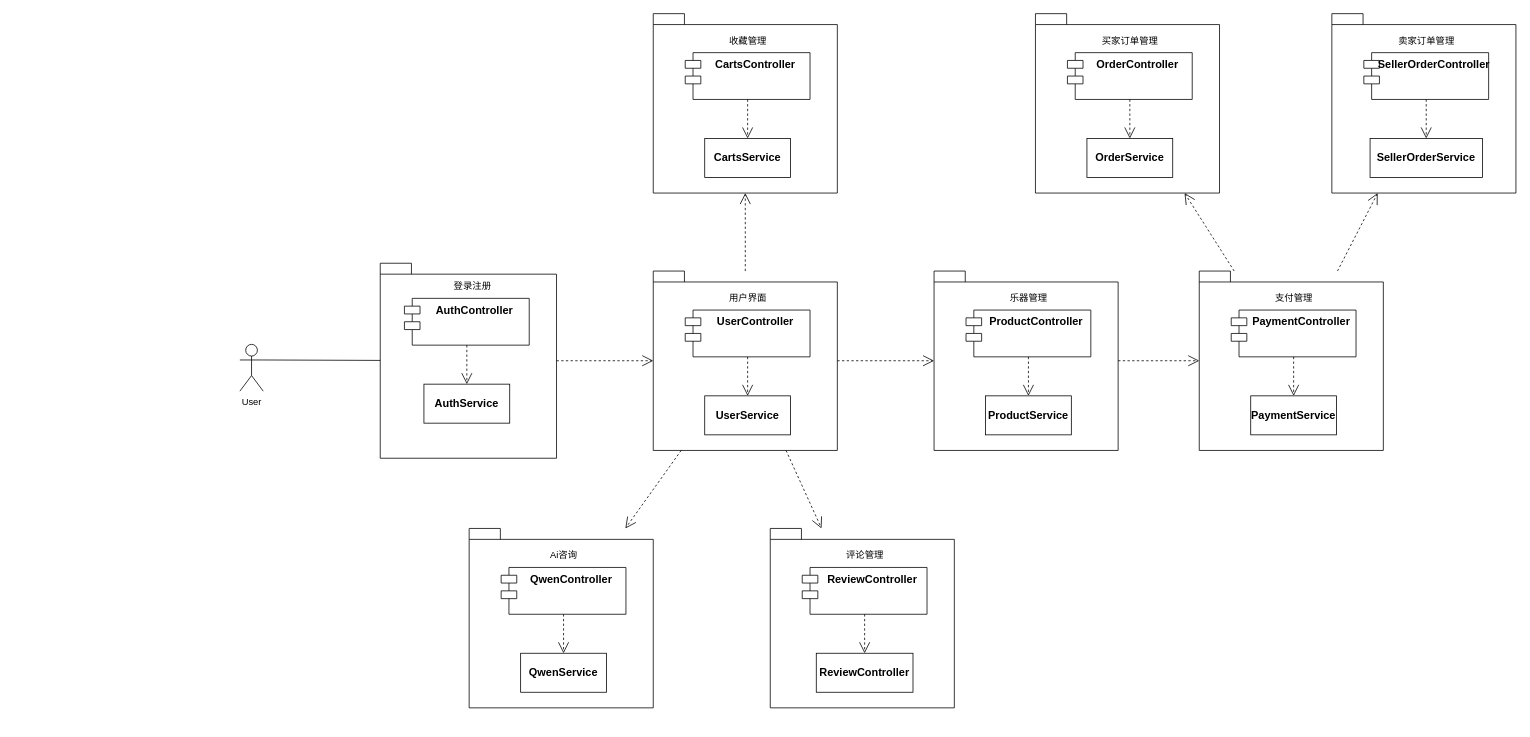
Before: 文档/概要设计规约文档/软件架构设计图.drawio in w1ntercube/TJ-SE-Design, a draw.io diagram. Source tidied: cells renumbered, new cells numbered last; positions are measured from the earlier drawing's top-left corner, leaving out a move shared by most shapes. Both pictures are drawn from the tidied source at 78%, with x=0, y=0 at pixel (239, 13).
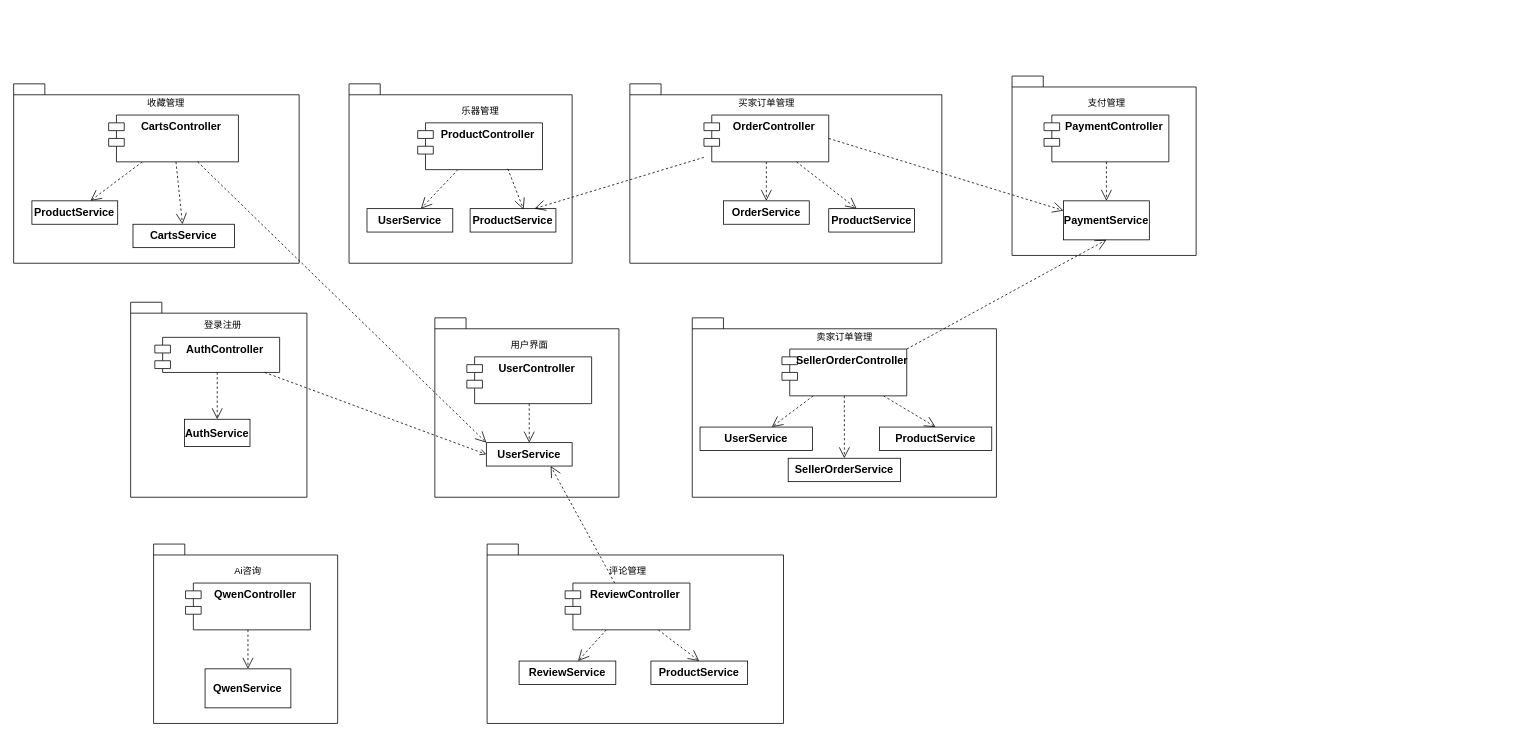
The same page after the edit.

Commit message (it also covers changes not shown here):
代码微调和架构图

The change refers to these unchanged cells:
```xml
<mxCell id="4" style="shape=folder;fontStyle=1;spacingTop=10;tabWidth=40;tabHeight=14;tabPosition=left;html=1;whiteSpace=wrap;" parent="3" vertex="1">
  <mxGeometry width="236" height="230" as="geometry" />
</mxCell>
<mxCell id="10" style="shape=folder;fontStyle=1;spacingTop=10;tabWidth=40;tabHeight=14;tabPosition=left;html=1;whiteSpace=wrap;" parent="9" vertex="1">
  <mxGeometry width="226" height="250" as="geometry" />
</mxCell>
<mxCell id="28" style="shape=folder;fontStyle=1;spacingTop=10;tabWidth=40;tabHeight=14;tabPosition=left;html=1;whiteSpace=wrap;" parent="27" vertex="1">
  <mxGeometry width="236" height="230" as="geometry" />
</mxCell>
<mxCell id="32" value="&lt;font style=&quot;font-size: 14px;&quot;&gt;&lt;b&gt;PaymentService&lt;/b&gt;&lt;/font&gt;" style="html=1;whiteSpace=wrap;" parent="27" vertex="1">
  <mxGeometry x="66" y="160" width="110" height="50" as="geometry" />
</mxCell>
<mxCell id="40" style="shape=folder;fontStyle=1;spacingTop=10;tabWidth=40;tabHeight=14;tabPosition=left;html=1;whiteSpace=wrap;" parent="39" vertex="1">
  <mxGeometry width="236" height="230" as="geometry" />
</mxCell>
```

What changed in the source:
```diff
@@
-    <mxCell id="2" value="User" style="shape=umlActor;verticalLabelPosition=bottom;verticalAlign=top;html=1;" parent="1" vertex="1">
-      <mxGeometry y="424" width="30" height="60" as="geometry" />
-    </mxCell>
     <mxCell id="3" style="group;" parent="1" vertex="1">
-      <mxGeometry x="530" y="330" width="236" height="230" as="geometry" />
+      <mxGeometry x="250" y="390" width="236" height="230" as="geometry" />
     </mxCell>
@@
     <mxCell id="8" value="&lt;font style=&quot;font-size: 14px;&quot;&gt;&lt;b&gt;UserService&lt;/b&gt;&lt;/font&gt;" style="html=1;whiteSpace=wrap;" parent="3" vertex="1">
-      <mxGeometry x="66" y="160" width="110" height="50" as="geometry" />
+      <mxGeometry x="66" y="160" width="110" height="30" as="geometry" />
     </mxCell>
     <mxCell id="9" style="group;" parent="1" vertex="1">
-      <mxGeometry x="180" y="320" width="226" height="250" as="geometry" />
+      <mxGeometry x="-140" y="370" width="226" height="250" as="geometry" />
     </mxCell>
@@
     <mxCell id="11" value="&lt;font style=&quot;font-size: 14px;&quot;&gt;&lt;b&gt;AuthController&lt;/b&gt;&lt;/font&gt;" style="shape=module;align=left;spacingLeft=20;align=center;verticalAlign=top;whiteSpace=wrap;html=1;" parent="9" vertex="1">
-      <mxGeometry x="31" y="45" width="160" height="60" as="geometry" />
+      <mxGeometry x="31" y="45" width="160" height="45" as="geometry" />
     </mxCell>
@@
     <mxCell id="14" value="&lt;font style=&quot;font-size: 14px;&quot;&gt;&lt;b&gt;AuthService&lt;/b&gt;&lt;/font&gt;" style="html=1;whiteSpace=wrap;" parent="9" vertex="1">
-      <mxGeometry x="56" y="155" width="110" height="50" as="geometry" />
+      <mxGeometry x="69" y="150" width="84" height="35" as="geometry" />
     </mxCell>
     <mxCell id="15" style="group;" parent="1" vertex="1">
-      <mxGeometry x="530" width="236" height="230" as="geometry" />
+      <mxGeometry x="-290" y="90" width="366" height="230" as="geometry" />
     </mxCell>
     <mxCell id="16" style="shape=folder;fontStyle=1;spacingTop=10;tabWidth=40;tabHeight=14;tabPosition=left;html=1;whiteSpace=wrap;" parent="15" vertex="1">
-      <mxGeometry width="236" height="230" as="geometry" />
+      <mxGeometry width="366" height="230" as="geometry" />
     </mxCell>
+    <mxCell id="66" style="rounded=0;jettySize=auto;html=1;dashed=1;endSize=12;endArrow=open;endFill=0;" parent="15" edge="1" source="17" target="67">
+      <mxGeometry relative="1" as="geometry" />
+    </mxCell>
     <mxCell id="17" value="&lt;font style=&quot;font-size: 14px;&quot;&gt;&lt;b&gt;CartsController&lt;/b&gt;&lt;/font&gt;" style="shape=module;align=left;spacingLeft=20;align=center;verticalAlign=top;whiteSpace=wrap;html=1;" parent="15" vertex="1">
-      <mxGeometry x="41" y="50" width="160" height="60" as="geometry" />
+      <mxGeometry x="121.8" y="40" width="166.4" height="60" as="geometry" />
     </mxCell>
     <mxCell id="18" value="收藏管理" style="text;html=1;align=center;verticalAlign=middle;strokeColor=none;fillColor=none;" parent="15" vertex="1">
-      <mxGeometry x="86" y="20" width="70" height="30" as="geometry" />
+      <mxGeometry x="160" y="10" width="70" height="30" as="geometry" />
     </mxCell>
@@
     <mxCell id="20" value="&lt;font style=&quot;font-size: 14px;&quot;&gt;&lt;b&gt;CartsService&lt;/b&gt;&lt;/font&gt;" style="html=1;whiteSpace=wrap;" parent="15" vertex="1">
-      <mxGeometry x="66" y="160" width="110" height="50" as="geometry" />
+      <mxGeometry x="153" y="180" width="130" height="30" as="geometry" />
     </mxCell>
+    <mxCell id="67" value="&lt;font style=&quot;font-size: 14px;&quot;&gt;&lt;b&gt;ProductService&lt;/b&gt;&lt;/font&gt;" style="html=1;whiteSpace=wrap;" parent="15" vertex="1">
+      <mxGeometry x="23.4" y="150" width="110" height="30" as="geometry" />
+    </mxCell>
     <mxCell id="21" style="group;" parent="1" vertex="1">
-      <mxGeometry x="1020" width="236" height="230" as="geometry" />
+      <mxGeometry x="500" y="90" width="400" height="230" as="geometry" />
     </mxCell>
     <mxCell id="22" style="shape=folder;fontStyle=1;spacingTop=10;tabWidth=40;tabHeight=14;tabPosition=left;html=1;whiteSpace=wrap;" parent="21" vertex="1">
-      <mxGeometry width="236" height="230" as="geometry" />
+      <mxGeometry width="400" height="230" as="geometry" />
     </mxCell>
+    <mxCell id="68" style="rounded=0;jettySize=auto;html=1;dashed=1;endArrow=open;endFill=0;endSize=12;" parent="21" edge="1" source="23" target="69">
+      <mxGeometry relative="1" as="geometry" />
+    </mxCell>
     <mxCell id="23" value="&lt;font style=&quot;font-size: 14px;&quot;&gt;&lt;b&gt;OrderController&lt;/b&gt;&lt;/font&gt;" style="shape=module;align=left;spacingLeft=20;align=center;verticalAlign=top;whiteSpace=wrap;html=1;" parent="21" vertex="1">
-      <mxGeometry x="41" y="50" width="160" height="60" as="geometry" />
+      <mxGeometry x="95" y="40" width="160" height="60" as="geometry" />
     </mxCell>
     <mxCell id="24" value="买家订单管理" style="text;html=1;align=center;verticalAlign=middle;strokeColor=none;fillColor=none;" parent="21" vertex="1">
-      <mxGeometry x="71" y="20" width="100" height="30" as="geometry" />
+      <mxGeometry x="125" y="10" width="100" height="30" as="geometry" />
     </mxCell>
@@
-    <mxCell id="26" value="&lt;font style=&quot;font-size: 14px;&quot;&gt;&lt;b&gt;OrderService&lt;/b&gt;&lt;/font&gt;" style="html=1;whiteSpace=wrap;" parent="21" vertex="1">
-      <mxGeometry x="66" y="160" width="110" height="50" as="geometry" />
+    <mxCell id="26" value="&lt;font style=&quot;font-size: 14px;&quot;&gt;&lt;b&gt;ProductService&lt;/b&gt;&lt;/font&gt;" style="html=1;whiteSpace=wrap;" parent="21" vertex="1">
+      <mxGeometry x="255" y="160" width="110" height="30" as="geometry" />
     </mxCell>
+    <mxCell id="69" value="&lt;font style=&quot;font-size: 14px;&quot;&gt;&lt;b&gt;OrderService&lt;/b&gt;&lt;/font&gt;" style="html=1;whiteSpace=wrap;" parent="21" vertex="1">
+      <mxGeometry x="120" y="150" width="110" height="30" as="geometry" />
+    </mxCell>
     <mxCell id="27" style="group;" parent="1" vertex="1">
-      <mxGeometry x="1230" y="330" width="236" height="230" as="geometry" />
+      <mxGeometry x="990" y="80" width="236" height="230" as="geometry" />
     </mxCell>
@@
     <mxCell id="33" style="group;" parent="1" vertex="1">
-      <mxGeometry x="890" y="330" width="236" height="230" as="geometry" />
+      <mxGeometry x="190" y="90" width="236" height="230" as="geometry" />
     </mxCell>
     <mxCell id="34" style="shape=folder;fontStyle=1;spacingTop=10;tabWidth=40;tabHeight=14;tabPosition=left;html=1;whiteSpace=wrap;" parent="33" vertex="1">
-      <mxGeometry width="236" height="230" as="geometry" />
+      <mxGeometry x="-50" width="286" height="230" as="geometry" />
     </mxCell>
+    <mxCell id="36" value="乐器管理" style="text;html=1;align=center;verticalAlign=middle;strokeColor=none;fillColor=none;" parent="33" vertex="1">
+      <mxGeometry x="83" y="20" width="70" height="30" as="geometry" />
+    </mxCell>
+    <mxCell id="70" style="rounded=0;jettySize=auto;html=1;dashed=1;endSize=12;endArrow=open;endFill=0;" parent="33" edge="1" source="35" target="71">
+      <mxGeometry relative="1" as="geometry" />
+    </mxCell>
     <mxCell id="35" value="&lt;font style=&quot;font-size: 14px;&quot;&gt;&lt;b&gt;ProductController&lt;/b&gt;&lt;/font&gt;" style="shape=module;align=left;spacingLeft=20;align=center;verticalAlign=top;whiteSpace=wrap;html=1;" parent="33" vertex="1">
-      <mxGeometry x="41" y="50" width="160" height="60" as="geometry" />
+      <mxGeometry x="38" y="50" width="160" height="60" as="geometry" />
     </mxCell>
-    <mxCell id="36" value="乐器管理" style="text;html=1;align=center;verticalAlign=middle;strokeColor=none;fillColor=none;" parent="33" vertex="1">
-      <mxGeometry x="86" y="20" width="70" height="30" as="geometry" />
-    </mxCell>
+    <mxCell id="38" value="&lt;font style=&quot;font-size: 14px;&quot;&gt;&lt;b&gt;ProductService&lt;/b&gt;&lt;/font&gt;" style="html=1;whiteSpace=wrap;" parent="33" vertex="1">
+      <mxGeometry x="105.2" y="160" width="110" height="30" as="geometry" />
+    </mxCell>
-    <mxCell id="37" style="endArrow=open;endSize=12;dashed=1;html=1;rounded=0;" parent="33" edge="1" source="35" target="38">
+    <mxCell id="37" style="endArrow=open;endSize=12;dashed=1;html=1;rounded=0;entryX=0.623;entryY=0.033;entryDx=0;entryDy=0;exitX=0.722;exitY=0.981;exitDx=0;exitDy=0;exitPerimeter=0;entryPerimeter=0;" parent="33" edge="1" source="35" target="38">
       <mxGeometry relative="1" as="geometry" />
     </mxCell>
-    <mxCell id="38" value="&lt;font style=&quot;font-size: 14px;&quot;&gt;&lt;b&gt;ProductService&lt;/b&gt;&lt;/font&gt;" style="html=1;whiteSpace=wrap;" parent="33" vertex="1">
-      <mxGeometry x="66" y="160" width="110" height="50" as="geometry" />
-    </mxCell>
+    <mxCell id="71" value="&lt;font style=&quot;font-size: 14px;&quot;&gt;&lt;b&gt;UserService&lt;/b&gt;&lt;/font&gt;" style="html=1;whiteSpace=wrap;" parent="33" vertex="1">
+      <mxGeometry x="-27" y="160" width="110" height="30" as="geometry" />
+    </mxCell>
     <mxCell id="39" style="group;" parent="1" vertex="1">
-      <mxGeometry x="294" y="660" width="236" height="230" as="geometry" />
+      <mxGeometry x="-110.6" y="680" width="236" height="230" as="geometry" />
     </mxCell>
@@
     <mxCell id="45" style="group;" parent="1" vertex="1">
-      <mxGeometry x="1400" width="236" height="230" as="geometry" />
+      <mxGeometry x="580" y="390" width="390" height="230" as="geometry" />
     </mxCell>
     <mxCell id="46" style="shape=folder;fontStyle=1;spacingTop=10;tabWidth=40;tabHeight=14;tabPosition=left;html=1;whiteSpace=wrap;" parent="45" vertex="1">
-      <mxGeometry width="236" height="230" as="geometry" />
+      <mxGeometry width="390" height="230" as="geometry" />
     </mxCell>
+    <mxCell id="72" style="rounded=0;jettySize=auto;html=1;endSize=12;endArrow=open;endFill=0;dashed=1;" parent="45" edge="1" source="47" target="74">
+      <mxGeometry relative="1" as="geometry" />
+    </mxCell>
+    <mxCell id="73" style="rounded=0;jettySize=auto;html=1;entryX=0.5;entryY=0;entryDx=0;entryDy=0;endSize=12;endArrow=open;endFill=0;dashed=1;" parent="45" edge="1" source="47" target="75">
+      <mxGeometry relative="1" as="geometry" />
+    </mxCell>
     <mxCell id="47" value="&lt;font style=&quot;font-size: 14px;&quot;&gt;&lt;b&gt;SellerOrderController&lt;/b&gt;&lt;/font&gt;" style="shape=module;align=left;spacingLeft=20;align=center;verticalAlign=top;whiteSpace=wrap;html=1;" parent="45" vertex="1">
-      <mxGeometry x="41" y="50" width="160" height="60" as="geometry" />
+      <mxGeometry x="115" y="40" width="160" height="60" as="geometry" />
     </mxCell>
     <mxCell id="48" value="卖家订单管理" style="text;html=1;align=center;verticalAlign=middle;strokeColor=none;fillColor=none;" parent="45" vertex="1">
-      <mxGeometry x="71" y="20" width="100" height="30" as="geometry" />
+      <mxGeometry x="145" y="10" width="100" height="30" as="geometry" />
     </mxCell>
@@
     <mxCell id="50" value="&lt;font style=&quot;font-size: 14px;&quot;&gt;&lt;b&gt;SellerOrderService&lt;/b&gt;&lt;/font&gt;" style="html=1;whiteSpace=wrap;" parent="45" vertex="1">
-      <mxGeometry x="49" y="160" width="144" height="50" as="geometry" />
+      <mxGeometry x="123" y="180" width="144" height="30" as="geometry" />
     </mxCell>
+    <mxCell id="74" value="&lt;span style=&quot;font-size: 14px;&quot;&gt;&lt;b&gt;UserService&lt;/b&gt;&lt;/span&gt;" style="html=1;whiteSpace=wrap;" parent="45" vertex="1">
+      <mxGeometry x="10" y="140" width="144" height="30" as="geometry" />
+    </mxCell>
+    <mxCell id="75" value="&lt;span style=&quot;font-size: 14px;&quot;&gt;&lt;b&gt;ProductService&lt;/b&gt;&lt;/span&gt;" style="html=1;whiteSpace=wrap;" parent="45" vertex="1">
+      <mxGeometry x="240" y="140" width="144" height="30" as="geometry" />
+    </mxCell>
     <mxCell id="51" style="group;" parent="1" vertex="1">
-      <mxGeometry x="680" y="660" width="236" height="230" as="geometry" />
+      <mxGeometry x="317" y="680" width="380" height="230" as="geometry" />
     </mxCell>
     <mxCell id="52" style="shape=folder;fontStyle=1;spacingTop=10;tabWidth=40;tabHeight=14;tabPosition=left;html=1;whiteSpace=wrap;" parent="51" vertex="1">
-      <mxGeometry width="236" height="230" as="geometry" />
+      <mxGeometry width="380" height="230" as="geometry" />
     </mxCell>
+    <mxCell id="76" style="rounded=0;jettySize=auto;html=1;entryX=0.5;entryY=0;entryDx=0;entryDy=0;endSize=12;endArrow=open;endFill=0;dashed=1;" parent="51" edge="1" source="53" target="77">
+      <mxGeometry relative="1" as="geometry" />
+    </mxCell>
     <mxCell id="53" value="&lt;font style=&quot;font-size: 14px;&quot;&gt;&lt;b&gt;ReviewController&lt;/b&gt;&lt;/font&gt;" style="shape=module;align=left;spacingLeft=20;align=center;verticalAlign=top;whiteSpace=wrap;html=1;" parent="51" vertex="1">
-      <mxGeometry x="41" y="50" width="160" height="60" as="geometry" />
+      <mxGeometry x="100" y="50" width="160" height="60" as="geometry" />
     </mxCell>
     <mxCell id="54" value="评论管理" style="text;html=1;align=center;verticalAlign=middle;strokeColor=none;fillColor=none;" parent="51" vertex="1">
-      <mxGeometry x="86" y="20" width="70" height="30" as="geometry" />
+      <mxGeometry x="145" y="20" width="70" height="30" as="geometry" />
     </mxCell>
@@
-    <mxCell id="56" value="&lt;font style=&quot;font-size: 14px;&quot;&gt;&lt;b&gt;ReviewController&lt;/b&gt;&lt;/font&gt;" style="html=1;whiteSpace=wrap;" parent="51" vertex="1">
-      <mxGeometry x="59" y="160" width="124" height="50" as="geometry" />
+    <mxCell id="56" value="&lt;font style=&quot;font-size: 14px;&quot;&gt;&lt;b&gt;ReviewService&lt;/b&gt;&lt;/font&gt;" style="html=1;whiteSpace=wrap;" parent="51" vertex="1">
+      <mxGeometry x="41" y="150" width="124" height="30" as="geometry" />
     </mxCell>
-    <mxCell id="57" style="endArrow=none;html=1;rounded=0;entryX=1;entryY=0.3333333333333333;entryDx=0;entryDy=0;entryPerimeter=0;" parent="1" edge="1" source="10" target="2">
-      <mxGeometry relative="1" as="geometry" />
-    </mxCell>
-    <mxCell id="58" style="endArrow=open;endSize=12;dashed=1;html=1;rounded=0;" parent="1" edge="1" source="10" target="4">
-      <mxGeometry relative="1" as="geometry" />
-    </mxCell>
-    <mxCell id="59" style="endArrow=open;endSize=12;dashed=1;html=1;rounded=0;" parent="1" edge="1" source="4" target="40">
-      <mxGeometry relative="1" as="geometry" />
-    </mxCell>
-    <mxCell id="60" style="endArrow=open;endSize=12;dashed=1;html=1;rounded=0;" parent="1" edge="1" source="4" target="52">
-      <mxGeometry relative="1" as="geometry" />
-    </mxCell>
-    <mxCell id="61" style="endArrow=open;endSize=12;dashed=1;html=1;rounded=0;" parent="1" edge="1" source="4" target="16">
-      <mxGeometry relative="1" as="geometry" />
-    </mxCell>
-    <mxCell id="62" style="endArrow=open;endSize=12;dashed=1;html=1;rounded=0;" parent="1" edge="1" source="34" target="28">
-      <mxGeometry relative="1" as="geometry" />
-    </mxCell>
-    <mxCell id="63" style="endArrow=open;endSize=12;dashed=1;html=1;rounded=0;" parent="1" edge="1" source="4" target="34">
-      <mxGeometry relative="1" as="geometry" />
-    </mxCell>
-    <mxCell id="64" style="endArrow=open;endSize=12;dashed=1;html=1;rounded=0;" parent="1" edge="1" source="28" target="22">
-      <mxGeometry relative="1" as="geometry" />
-    </mxCell>
-    <mxCell id="65" style="endArrow=open;endSize=12;dashed=1;html=1;rounded=0;" parent="1" edge="1" source="28" target="46">
-      <mxGeometry relative="1" as="geometry" />
-    </mxCell>
+    <mxCell id="77" value="&lt;span style=&quot;font-size: 14px;&quot;&gt;&lt;b&gt;ProductService&lt;/b&gt;&lt;/span&gt;" style="html=1;whiteSpace=wrap;" parent="51" vertex="1">
+      <mxGeometry x="210" y="150" width="124" height="30" as="geometry" />
+    </mxCell>
+    <mxCell id="78" style="rounded=0;jettySize=auto;html=1;entryX=0.5;entryY=1;entryDx=0;entryDy=0;endSize=12;dashed=1;endArrow=open;endFill=0;exitX=1;exitY=0;exitDx=0;exitDy=0;" parent="1" edge="1" source="47" target="32">
+      <mxGeometry relative="1" as="geometry" />
+    </mxCell>
+    <mxCell id="79" style="rounded=0;jettySize=auto;html=1;entryX=0;entryY=0.25;entryDx=0;entryDy=0;exitX=1;exitY=0.5;exitDx=0;exitDy=0;endSize=12;dashed=1;endArrow=open;endFill=0;" parent="1" edge="1" source="23" target="32">
+      <mxGeometry relative="1" as="geometry" />
+    </mxCell>
+    <mxCell id="80" style="rounded=0;jettySize=auto;html=1;entryX=0;entryY=0;entryDx=0;entryDy=0;endSize=12;dashed=1;endArrow=open;endFill=0;" parent="1" edge="1" source="17" target="8">
+      <mxGeometry relative="1" as="geometry" />
+    </mxCell>
+    <mxCell id="81" style="rounded=0;jettySize=auto;html=1;entryX=0.75;entryY=0;entryDx=0;entryDy=0;endSize=12;dashed=1;endArrow=open;endFill=0;" parent="1" edge="1" source="23" target="38">
+      <mxGeometry relative="1" as="geometry" />
+    </mxCell>
+    <mxCell id="82" style="rounded=0;jettySize=auto;html=1;entryX=0;entryY=0.5;entryDx=0;entryDy=0;dashed=1;endArrow=open;endFill=0;" parent="1" edge="1" source="11" target="8">
+      <mxGeometry relative="1" as="geometry" />
+    </mxCell>
+    <mxCell id="83" style="rounded=0;jettySize=auto;html=1;entryX=0.75;entryY=1;entryDx=0;entryDy=0;endSize=12;dashed=1;endArrow=open;endFill=0;" parent="1" edge="1" source="53" target="8">
+      <mxGeometry relative="1" as="geometry" />
+    </mxCell>
```
